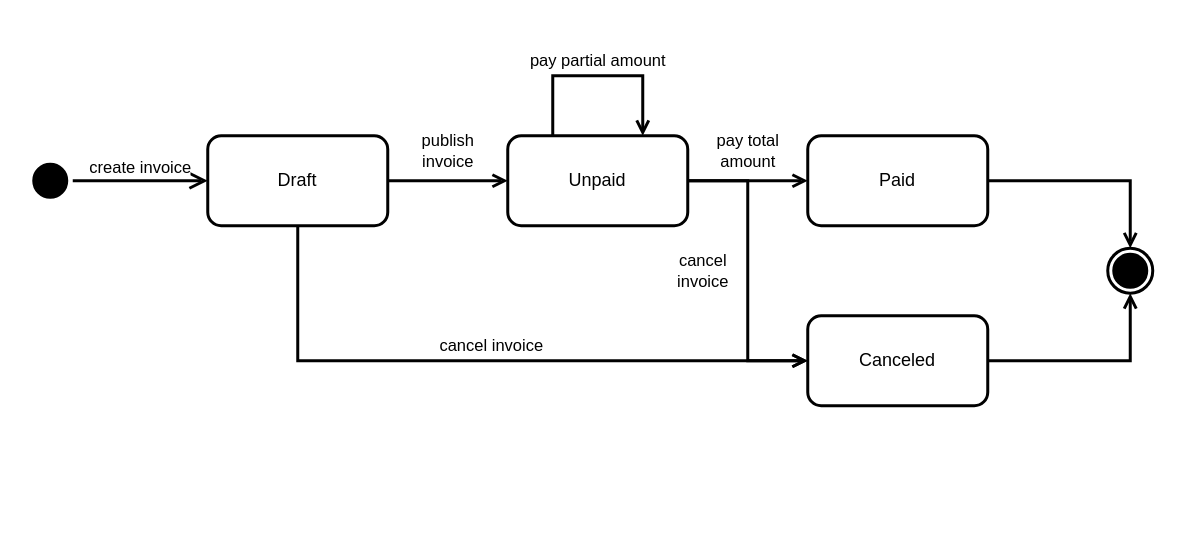
The draw.io diagram page "Invoice State Machine" (4 of 8) of docs/Chainvoice Diagrams.drawio in ashapochka/chainvoice, before the edit. Source tidied: cells renumbered, new cells numbered last; positions are measured from the earlier drawing's top-left corner, leaving out a move shared by most shapes. Both pictures are drawn from the tidied source at 150%, with x=0, y=0 at pixel (27, 75).
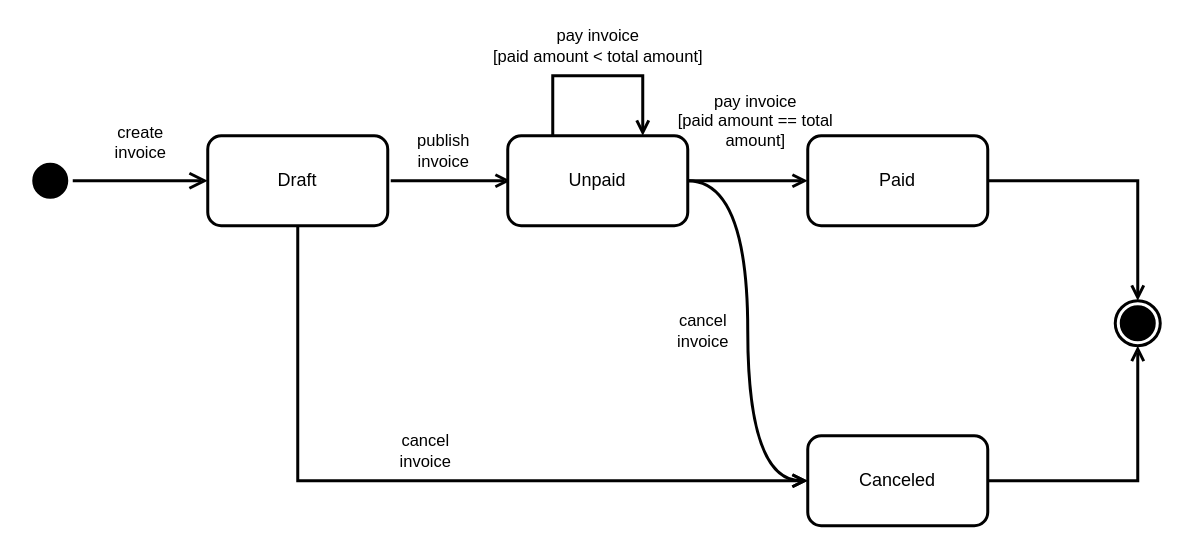
The same page after the edit.

Diff of the diagram source:
```diff
@@
 <mxGraphModel>
   <root>
     <mxCell id="0" />
     <mxCell id="1" parent="0" />
-    <mxCell id="2" value="publish&lt;br&gt;invoice" style="edgeStyle=none;rounded=0;jettySize=auto;html=1;endArrow=open;endFill=0;strokeColor=#000000;strokeWidth=2;" parent="1" edge="1" source="4" target="9">
-      <mxGeometry y="20" relative="1" as="geometry" />
+    <mxCell id="2" value="publish&lt;br&gt;invoice" style="edgeStyle=none;rounded=0;orthogonalLoop=1;jettySize=auto;html=1;endArrow=open;endFill=0;strokeColor=#000000;strokeWidth=2;" parent="1" edge="1">
+      <mxGeometry x="-0.12" y="20" relative="1" as="geometry">
+        <mxPoint x="242" y="70" as="sourcePoint" />
+        <mxPoint x="322" y="70" as="targetPoint" />
+      </mxGeometry>
     </mxCell>
-    <mxCell id="3" value="cancel invoice" style="edgeStyle=orthogonalEdgeStyle;rounded=0;jettySize=auto;html=1;entryX=0;entryY=0.5;entryDx=0;entryDy=0;endArrow=open;endFill=0;strokeColor=#000000;strokeWidth=2;" parent="1" edge="1" source="4" target="14">
-      <mxGeometry x="0.02" y="10" relative="1" as="geometry">
+    <mxCell id="3" value="cancel&lt;br&gt;invoice" style="edgeStyle=orthogonalEdgeStyle;rounded=0;jettySize=auto;html=1;entryX=0;entryY=0.5;entryDx=0;entryDy=0;endArrow=open;endFill=0;strokeColor=#000000;strokeWidth=2;" parent="1" edge="1" source="4" target="14">
+      <mxGeometry y="20" relative="1" as="geometry">
         <Array as="points">
-          <mxPoint x="180" y="190" />
+          <mxPoint x="180" y="270" />
         </Array>
       </mxGeometry>
     </mxCell>
     <mxCell id="4" value="Draft" style="rounded=1;whiteSpace=wrap;html=1;strokeColor=#000000;strokeWidth=2;" parent="1" vertex="1">
       <mxGeometry x="120" y="40" width="120" height="60" as="geometry" />
     </mxCell>
     <mxCell id="5" style="ellipse;html=1;shape=startState;fillColor=#000000;strokeWidth=2;" parent="1" vertex="1">
       <mxGeometry y="55" width="30" height="30" as="geometry" />
     </mxCell>
-    <mxCell id="6" value="create invoice" style="edgeStyle=orthogonalEdgeStyle;html=1;verticalAlign=bottom;endArrow=open;endSize=8;entryX=0;entryY=0.5;entryDx=0;entryDy=0;strokeWidth=2;" parent="1" edge="1" source="5" target="4">
-      <mxGeometry relative="1" as="geometry" />
+    <mxCell id="6" value="create&lt;br&gt;invoice" style="edgeStyle=orthogonalEdgeStyle;html=1;verticalAlign=bottom;endArrow=open;endSize=8;entryX=0;entryY=0.5;entryDx=0;entryDy=0;strokeWidth=2;" parent="1" edge="1" source="5" target="4">
+      <mxGeometry y="10" relative="1" as="geometry" />
     </mxCell>
-    <mxCell id="7" value="pay total&lt;br&gt;amount" style="edgeStyle=none;rounded=0;jettySize=auto;html=1;endArrow=open;endFill=0;strokeColor=#000000;strokeWidth=2;" parent="1" edge="1" source="9" target="11">
-      <mxGeometry y="20" relative="1" as="geometry" />
+    <mxCell id="7" value="pay invoice&lt;br&gt;[paid amount == total&lt;br&gt;amount]" style="edgeStyle=none;rounded=0;jettySize=auto;html=1;endArrow=open;endFill=0;strokeColor=#000000;strokeWidth=2;" parent="1" edge="1" source="9" target="11">
+      <mxGeometry x="0.12" y="40" relative="1" as="geometry" />
     </mxCell>
-    <mxCell id="8" value="cancel&lt;br&gt;invoice" style="edgeStyle=orthogonalEdgeStyle;rounded=0;jettySize=auto;html=1;entryX=0;entryY=0.5;entryDx=0;entryDy=0;endArrow=open;endFill=0;strokeColor=#000000;strokeWidth=2;" parent="1" edge="1" source="9" target="14">
+    <mxCell id="8" value="cancel&lt;br&gt;invoice" style="edgeStyle=orthogonalEdgeStyle;rounded=0;jettySize=auto;html=1;entryX=0;entryY=0.5;entryDx=0;entryDy=0;endArrow=open;endFill=0;strokeColor=#000000;strokeWidth=2;curved=1;" parent="1" edge="1" source="9" target="14">
       <mxGeometry y="-30" relative="1" as="geometry" />
     </mxCell>
     <mxCell id="9" value="Unpaid" style="rounded=1;whiteSpace=wrap;html=1;strokeColor=#000000;strokeWidth=2;" parent="1" vertex="1">
       <mxGeometry x="320" y="40" width="120" height="60" as="geometry" />
     </mxCell>
     <mxCell id="10" style="edgeStyle=orthogonalEdgeStyle;rounded=0;jettySize=auto;html=1;entryX=0.5;entryY=0;entryDx=0;entryDy=0;endArrow=open;endFill=0;strokeColor=#000000;strokeWidth=2;" parent="1" edge="1" source="11" target="15">
       <mxGeometry relative="1" as="geometry" />
     </mxCell>
     <mxCell id="11" value="Paid" style="rounded=1;whiteSpace=wrap;html=1;strokeColor=#000000;strokeWidth=2;" parent="1" vertex="1">
       <mxGeometry x="520" y="40" width="120" height="60" as="geometry" />
     </mxCell>
-    <mxCell id="12" value="pay partial amount" style="edgeStyle=none;rounded=0;orthogonalLoop=1;jettySize=auto;html=1;endArrow=open;endFill=0;strokeColor=#000000;entryX=0.75;entryY=0;entryDx=0;entryDy=0;exitX=0.25;exitY=0;exitDx=0;exitDy=0;strokeWidth=2;" parent="1" edge="1" source="9" target="9">
-      <mxGeometry y="10" relative="1" as="geometry">
+    <mxCell id="12" value="pay invoice&lt;br&gt;[paid amount &amp;lt; total amount]" style="edgeStyle=none;rounded=0;orthogonalLoop=1;jettySize=auto;html=1;endArrow=open;endFill=0;strokeColor=#000000;entryX=0.75;entryY=0;entryDx=0;entryDy=0;exitX=0.25;exitY=0;exitDx=0;exitDy=0;strokeWidth=2;" parent="1" edge="1" source="9" target="9">
+      <mxGeometry y="20" relative="1" as="geometry">
         <Array as="points">
           <mxPoint x="350" />
           <mxPoint x="410" />
         </Array>
       </mxGeometry>
     </mxCell>
     <mxCell id="13" style="edgeStyle=orthogonalEdgeStyle;rounded=0;jettySize=auto;html=1;entryX=0.5;entryY=1;entryDx=0;entryDy=0;endArrow=open;endFill=0;strokeColor=#000000;strokeWidth=2;" parent="1" edge="1" source="14" target="15">
       <mxGeometry relative="1" as="geometry" />
     </mxCell>
     <mxCell id="14" value="Canceled" style="rounded=1;whiteSpace=wrap;html=1;strokeColor=#000000;strokeWidth=2;" parent="1" vertex="1">
-      <mxGeometry x="520" y="160" width="120" height="60" as="geometry" />
+      <mxGeometry x="520" y="240" width="120" height="60" as="geometry" />
     </mxCell>
     <mxCell id="15" style="ellipse;html=1;shape=endState;fillColor=#000000;strokeWidth=2;" parent="1" vertex="1">
-      <mxGeometry x="720" y="115" width="30" height="30" as="geometry" />
+      <mxGeometry x="725" y="150" width="30" height="30" as="geometry" />
     </mxCell>
   </root>
 </mxGraphModel>
```
